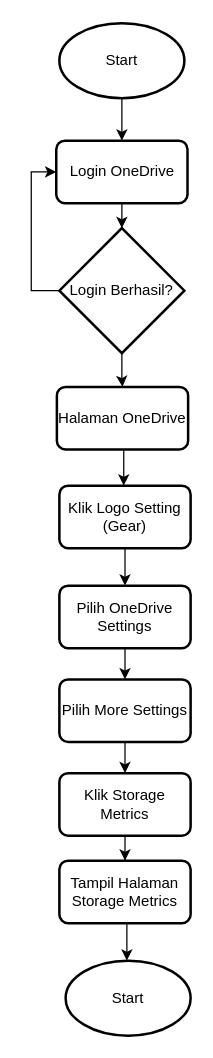
The draw.io diagram Check Storage.drawio in armanefendi/Arman-Efendi, before the edit. Source tidied: cells renumbered, new cells numbered last; positions are measured from the earlier drawing's top-left corner, leaving out a move shared by most shapes. Both pictures are drawn from the tidied source at 125%, with x=0, y=0 at pixel (56, 22).
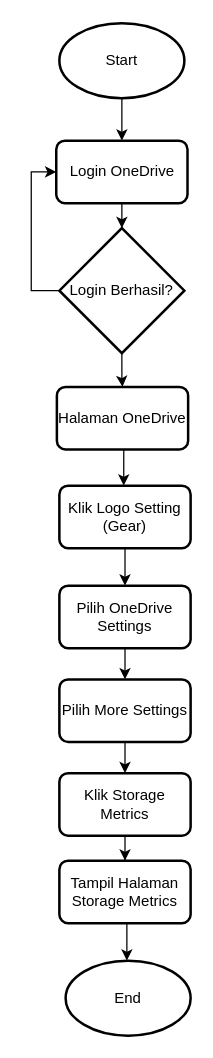
The same page after the edit.

Diff of the diagram source:
```diff
@@
-    <mxCell id="21" value="Start" style="strokeWidth=2;html=1;shape=mxgraph.flowchart.start_1;whiteSpace=wrap;" parent="1" vertex="1">
+    <mxCell id="21" value="End" style="strokeWidth=2;html=1;shape=mxgraph.flowchart.start_1;whiteSpace=wrap;" parent="1" vertex="1">
       <mxGeometry x="7" y="750" width="100" height="60" as="geometry" />
     </mxCell>
```
